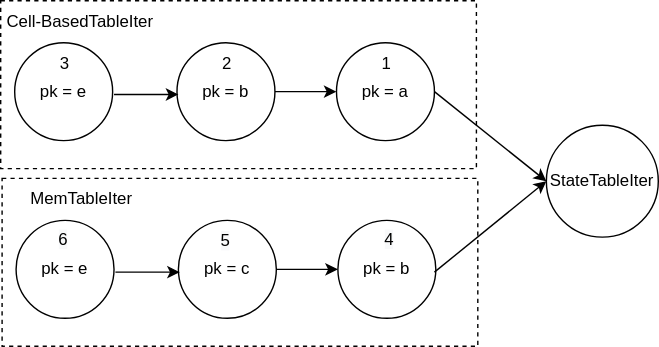
This is docs/images/relational-table-layer/relational-table-02.svg from risingwavelabs/risingwave, a draw.io export, as it was before one commit. Source tidied: cells renumbered, new cells last; positions are measured from the earlier drawing's top-left corner, leaving out a move shared by most shapes.
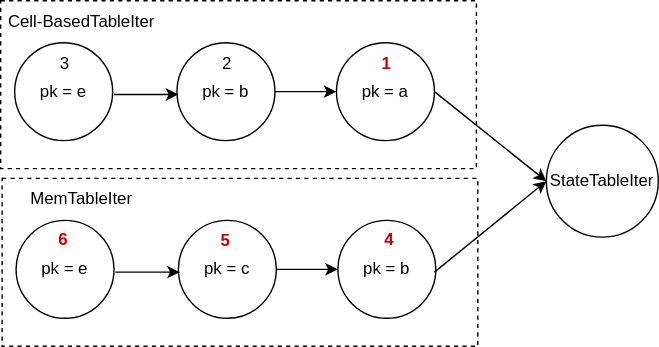
After the commit.

Diff of the diagram source:
```diff
@@ -51,9 +51,6 @@
         <mxPoint x="390" y="129" as="targetPoint" />
       </mxGeometry>
     </mxCell>
-    <mxCell id="16" value="Cell-BasedTableIter" style="text;html=1;strokeColor=none;fillColor=none;align=center;verticalAlign=middle;whiteSpace=wrap;rounded=0;dashed=1;" parent="1" vertex="1">
-      <mxGeometry width="114" height="30" as="geometry" />
-    </mxCell>
     <mxCell id="17" value="pk = e" style="ellipse;whiteSpace=wrap;html=1;" parent="1" vertex="1">
       <mxGeometry x="10" y="30" width="70" height="70" as="geometry" />
     </mxCell>
@@ -63,10 +60,10 @@
         <mxPoint x="127" y="67" as="targetPoint" />
       </mxGeometry>
     </mxCell>
-    <mxCell id="19" value="1" style="text;html=1;strokeColor=none;fillColor=none;align=center;verticalAlign=middle;whiteSpace=wrap;rounded=0;dashed=1;" parent="1" vertex="1">
+    <mxCell id="19" value="&lt;b&gt;&lt;font color=&quot;#cc0000&quot;&gt;1&lt;/font&gt;&lt;/b&gt;" style="text;html=1;strokeColor=none;fillColor=none;align=center;verticalAlign=middle;whiteSpace=wrap;rounded=0;dashed=1;" parent="1" vertex="1">
       <mxGeometry x="246" y="30" width="60" height="30" as="geometry" />
     </mxCell>
-    <mxCell id="20" value="&lt;meta charset=&quot;utf-8&quot;&gt;&lt;span style=&quot;color: rgb(0, 0, 0); font-family: Helvetica; font-size: 12px; font-style: normal; font-variant-ligatures: normal; font-variant-caps: normal; font-weight: 400; letter-spacing: normal; orphans: 2; text-align: center; text-indent: 0px; text-transform: none; widows: 2; word-spacing: 0px; -webkit-text-stroke-width: 0px; background-color: rgb(248, 249, 250); text-decoration-thickness: initial; text-decoration-style: initial; text-decoration-color: initial; float: none; display: inline !important;&quot;&gt;4&lt;/span&gt;" style="text;html=1;strokeColor=none;fillColor=none;align=center;verticalAlign=middle;whiteSpace=wrap;rounded=0;dashed=1;" parent="1" vertex="1">
+    <mxCell id="20" value="&lt;span style=&quot;font-family: Helvetica; font-size: 12px; font-style: normal; font-variant-ligatures: normal; font-variant-caps: normal; letter-spacing: normal; orphans: 2; text-align: center; text-indent: 0px; text-transform: none; widows: 2; word-spacing: 0px; -webkit-text-stroke-width: 0px; background-color: rgb(248, 249, 250); text-decoration-thickness: initial; text-decoration-style: initial; text-decoration-color: initial; float: none; display: inline !important;&quot;&gt;&lt;b style=&quot;&quot;&gt;&lt;font color=&quot;#cc0000&quot;&gt;4&lt;/font&gt;&lt;/b&gt;&lt;/span&gt;" style="text;html=1;strokeColor=none;fillColor=none;align=center;verticalAlign=middle;whiteSpace=wrap;rounded=0;dashed=1;" parent="1" vertex="1">
       <mxGeometry x="248" y="156" width="60" height="30" as="geometry" />
     </mxCell>
     <mxCell id="21" value="2" style="text;html=1;strokeColor=none;fillColor=none;align=center;verticalAlign=middle;whiteSpace=wrap;rounded=0;dashed=1;" parent="1" vertex="1">
@@ -75,11 +72,14 @@
     <mxCell id="22" value="3" style="text;html=1;strokeColor=none;fillColor=none;align=center;verticalAlign=middle;whiteSpace=wrap;rounded=0;dashed=1;" parent="1" vertex="1">
       <mxGeometry x="16" y="30" width="60" height="30" as="geometry" />
     </mxCell>
-    <mxCell id="23" value="&lt;span style=&quot;color: rgb(0, 0, 0); font-family: Helvetica; font-size: 12px; font-style: normal; font-variant-ligatures: normal; font-variant-caps: normal; font-weight: 400; letter-spacing: normal; orphans: 2; text-align: center; text-indent: 0px; text-transform: none; widows: 2; word-spacing: 0px; -webkit-text-stroke-width: 0px; background-color: rgb(248, 249, 250); text-decoration-thickness: initial; text-decoration-style: initial; text-decoration-color: initial; float: none; display: inline !important;&quot;&gt;5&lt;/span&gt;&lt;span style=&quot;color: rgba(0, 0, 0, 0); font-family: monospace; font-size: 0px; text-align: start;&quot;&gt;%3CmxGraphModel%3E%3Croot%3E%3CmxCell%20id%3D%220%22%2F%3E%3CmxCell%20id%3D%221%22%20parent%3D%220%22%2F%3E%3CmxCell%20id%3D%222%22%20value%3D%22%26lt%3Bmeta%20charset%3D%26quot%3Butf-8%26quot%3B%26gt%3B%26lt%3Bspan%20style%3D%26quot%3Bcolor%3A%20rgb(0%2C%200%2C%200)%3B%20font-family%3A%20Helvetica%3B%20font-size%3A%2012px%3B%20font-style%3A%20normal%3B%20font-variant-ligatures%3A%20normal%3B%20font-variant-caps%3A%20normal%3B%20font-weight%3A%20400%3B%20letter-spacing%3A%20normal%3B%20orphans%3A%202%3B%20text-align%3A%20center%3B%20text-indent%3A%200px%3B%20text-transform%3A%20none%3B%20widows%3A%202%3B%20word-spacing%3A%200px%3B%20-webkit-text-stroke-width%3A%200px%3B%20background-color%3A%20rgb(248%2C%20249%2C%20250)%3B%20text-decoration-thickness%3A%20initial%3B%20text-decoration-style%3A%20initial%3B%20text-decoration-color%3A%20initial%3B%20float%3A%20none%3B%20display%3A%20inline%20!important%3B%26quot%3B%26gt%3B4%26lt%3B%2Fspan%26gt%3B%22%20style%3D%22text%3Bhtml%3D1%3BstrokeColor%3Dnone%3BfillColor%3Dnone%3Balign%3Dcenter%3BverticalAlign%3Dmiddle%3BwhiteSpace%3Dwrap%3Brounded%3D0%3Bdashed%3D1%3B%22%20vertex%3D%221%22%20parent%3D%221%22%3E%3CmxGeometry%20x%3D%22374%22%20y%3D%22377%22%20width%3D%2260%22%20height%3D%2230%22%20as%3D%22geometry%22%2F%3E%3C%2FmxCell%3E%3C%2Froot%3E%3C%2FmxGraphModel%3E&lt;/span&gt;" style="text;html=1;strokeColor=none;fillColor=none;align=center;verticalAlign=middle;whiteSpace=wrap;rounded=0;dashed=1;" parent="1" vertex="1">
+    <mxCell id="23" value="&lt;b&gt;&lt;font color=&quot;#cc0000&quot;&gt;&lt;span style=&quot;font-family: Helvetica; font-size: 12px; font-style: normal; font-variant-ligatures: normal; font-variant-caps: normal; letter-spacing: normal; orphans: 2; text-align: center; text-indent: 0px; text-transform: none; widows: 2; word-spacing: 0px; -webkit-text-stroke-width: 0px; background-color: rgb(248, 249, 250); text-decoration-thickness: initial; text-decoration-style: initial; text-decoration-color: initial; float: none; display: inline !important;&quot;&gt;5&lt;/span&gt;&lt;span style=&quot;font-family: monospace; font-size: 0px; text-align: start;&quot;&gt;%3CmxGraphModel%3E%3Croot%3E%3CmxCell%20id%3D%220%22%2F%3E%3CmxCell%20id%3D%221%22%20parent%3D%220%22%2F%3E%3CmxCell%20id%3D%222%22%20value%3D%22%26lt%3Bmeta%20charset%3D%26quot%3Butf-8%26quot%3B%26gt%3B%26lt%3Bspan%20style%3D%26quot%3Bcolor%3A%20rgb(0%2C%200%2C%200)%3B%20font-family%3A%20Helvetica%3B%20font-size%3A%2012px%3B%20font-style%3A%20normal%3B%20font-variant-ligatures%3A%20normal%3B%20font-variant-caps%3A%20normal%3B%20font-weight%3A%20400%3B%20letter-spacing%3A%20normal%3B%20orphans%3A%202%3B%20text-align%3A%20center%3B%20text-indent%3A%200px%3B%20text-transform%3A%20none%3B%20widows%3A%202%3B%20word-spacing%3A%200px%3B%20-webkit-text-stroke-width%3A%200px%3B%20background-color%3A%20rgb(248%2C%20249%2C%20250)%3B%20text-decoration-thickness%3A%20initial%3B%20text-decoration-style%3A%20initial%3B%20text-decoration-color%3A%20initial%3B%20float%3A%20none%3B%20display%3A%20inline%20!important%3B%26quot%3B%26gt%3B4%26lt%3B%2Fspan%26gt%3B%22%20style%3D%22text%3Bhtml%3D1%3BstrokeColor%3Dnone%3BfillColor%3Dnone%3Balign%3Dcenter%3BverticalAlign%3Dmiddle%3BwhiteSpace%3Dwrap%3Brounded%3D0%3Bdashed%3D1%3B%22%20vertex%3D%221%22%20parent%3D%221%22%3E%3CmxGeometry%20x%3D%22374%22%20y%3D%22377%22%20width%3D%2260%22%20height%3D%2230%22%20as%3D%22geometry%22%2F%3E%3C%2FmxCell%3E%3C%2Froot%3E%3C%2FmxGraphModel%3E&lt;/span&gt;&lt;/font&gt;&lt;/b&gt;" style="text;html=1;strokeColor=none;fillColor=none;align=center;verticalAlign=middle;whiteSpace=wrap;rounded=0;dashed=1;" parent="1" vertex="1">
       <mxGeometry x="131" y="157" width="60" height="30" as="geometry" />
     </mxCell>
-    <mxCell id="24" value="&lt;span style=&quot;color: rgb(0, 0, 0); font-family: Helvetica; font-size: 12px; font-style: normal; font-variant-ligatures: normal; font-variant-caps: normal; font-weight: 400; letter-spacing: normal; orphans: 2; text-align: center; text-indent: 0px; text-transform: none; widows: 2; word-spacing: 0px; -webkit-text-stroke-width: 0px; background-color: rgb(248, 249, 250); text-decoration-thickness: initial; text-decoration-style: initial; text-decoration-color: initial; float: none; display: inline !important;&quot;&gt;6&lt;/span&gt;" style="text;html=1;strokeColor=none;fillColor=none;align=center;verticalAlign=middle;whiteSpace=wrap;rounded=0;dashed=1;" parent="1" vertex="1">
+    <mxCell id="24" value="&lt;span style=&quot;font-family: Helvetica; font-size: 12px; font-style: normal; font-variant-ligatures: normal; font-variant-caps: normal; letter-spacing: normal; orphans: 2; text-align: center; text-indent: 0px; text-transform: none; widows: 2; word-spacing: 0px; -webkit-text-stroke-width: 0px; background-color: rgb(248, 249, 250); text-decoration-thickness: initial; text-decoration-style: initial; text-decoration-color: initial; float: none; display: inline !important;&quot;&gt;&lt;b style=&quot;&quot;&gt;&lt;font color=&quot;#cc0000&quot;&gt;6&lt;/font&gt;&lt;/b&gt;&lt;/span&gt;" style="text;html=1;strokeColor=none;fillColor=none;align=center;verticalAlign=middle;whiteSpace=wrap;rounded=0;dashed=1;" parent="1" vertex="1">
       <mxGeometry x="15" y="156" width="60" height="30" as="geometry" />
     </mxCell>
+    <mxCell id="16" value="Cell-BasedTableIter" style="text;html=1;strokeColor=none;fillColor=none;align=center;verticalAlign=middle;whiteSpace=wrap;rounded=0;dashed=1;" parent="1" vertex="1">
+      <mxGeometry x="1" width="114" height="30" as="geometry" />
+    </mxCell>
   </root>
 </mxGraphModel>
```
